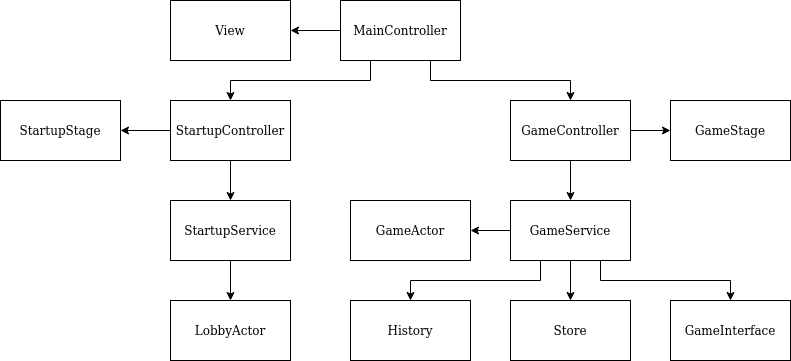
The draw.io diagram source/doc/images/architetturaClient.png in Part-Time-Team/scalavelli, before a commit. Source tidied: cells renumbered, new cells last; positions are measured from the earlier drawing's top-left corner, leaving out a move shared by most shapes.
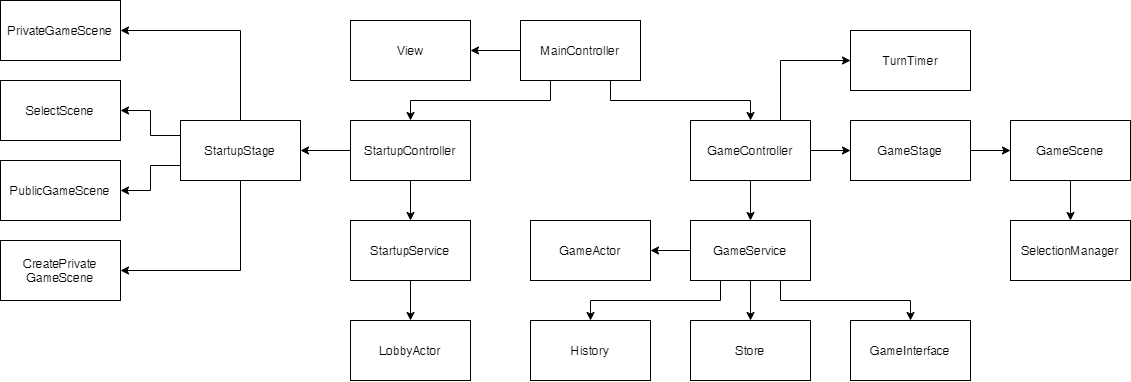
Later version of the same file.

Change to the diagram source:
```diff
@@ -17,6 +17,9 @@
     <mxCell id="6" style="edgeStyle=orthogonalEdgeStyle;rounded=0;jettySize=auto;html=1;" parent="1" edge="1" source="7" target="14">
       <mxGeometry relative="1" as="geometry" />
     </mxCell>
+    <mxCell id="27" style="edgeStyle=orthogonalEdgeStyle;rounded=0;jettySize=auto;html=1;exitX=0.75;exitY=0;exitDx=0;exitDy=0;entryX=0;entryY=0.5;entryDx=0;entryDy=0;" parent="1" edge="1" source="7" target="40">
+      <mxGeometry relative="1" as="geometry" />
+    </mxCell>
     <mxCell id="7" value="GameController" style="rounded=0;whiteSpace=wrap;html=1;" parent="1" vertex="1">
       <mxGeometry x="510" y="100" width="120" height="60" as="geometry" />
     </mxCell>
@@ -35,9 +38,28 @@
     <mxCell id="12" value="View" style="rounded=0;whiteSpace=wrap;html=1;" parent="1" vertex="1">
       <mxGeometry x="170" width="120" height="60" as="geometry" />
     </mxCell>
+    <mxCell id="28" style="edgeStyle=orthogonalEdgeStyle;rounded=0;jettySize=auto;html=1;exitX=0.5;exitY=0;exitDx=0;exitDy=0;entryX=1;entryY=0.5;entryDx=0;entryDy=0;" parent="1" edge="1" source="13" target="35">
+      <mxGeometry relative="1" as="geometry" />
+    </mxCell>
+    <mxCell id="29" style="edgeStyle=orthogonalEdgeStyle;rounded=0;jettySize=auto;html=1;entryX=1;entryY=0.5;entryDx=0;entryDy=0;" parent="1" edge="1" source="13" target="33">
+      <mxGeometry relative="1" as="geometry">
+        <Array as="points">
+          <mxPoint x="60" y="250" />
+        </Array>
+      </mxGeometry>
+    </mxCell>
+    <mxCell id="30" style="edgeStyle=orthogonalEdgeStyle;rounded=0;jettySize=auto;html=1;exitX=0;exitY=0.25;exitDx=0;exitDy=0;entryX=1;entryY=0.5;entryDx=0;entryDy=0;" parent="1" edge="1" source="13" target="36">
+      <mxGeometry relative="1" as="geometry" />
+    </mxCell>
+    <mxCell id="31" style="edgeStyle=orthogonalEdgeStyle;rounded=0;jettySize=auto;html=1;exitX=0;exitY=0.75;exitDx=0;exitDy=0;entryX=1;entryY=0.5;entryDx=0;entryDy=0;" parent="1" edge="1" source="13" target="34">
+      <mxGeometry relative="1" as="geometry" />
+    </mxCell>
     <mxCell id="13" value="StartupStage" style="rounded=0;whiteSpace=wrap;html=1;" parent="1" vertex="1">
       <mxGeometry y="100" width="120" height="60" as="geometry" />
     </mxCell>
+    <mxCell id="32" style="edgeStyle=orthogonalEdgeStyle;rounded=0;jettySize=auto;html=1;" parent="1" edge="1" source="14" target="38">
+      <mxGeometry relative="1" as="geometry" />
+    </mxCell>
     <mxCell id="14" value="GameStage" style="rounded=0;whiteSpace=wrap;html=1;" parent="1" vertex="1">
       <mxGeometry x="670" y="100" width="120" height="60" as="geometry" />
     </mxCell>
@@ -79,5 +101,29 @@
     <mxCell id="26" value="GameActor" style="rounded=0;whiteSpace=wrap;html=1;" parent="1" vertex="1">
       <mxGeometry x="350" y="200" width="120" height="60" as="geometry" />
     </mxCell>
+    <mxCell id="33" value="CreatePrivate&lt;br&gt;GameScene" style="rounded=0;whiteSpace=wrap;html=1;" parent="1" vertex="1">
+      <mxGeometry x="-180" y="220" width="120" height="60" as="geometry" />
+    </mxCell>
+    <mxCell id="34" value="PublicGameScene" style="rounded=0;whiteSpace=wrap;html=1;" parent="1" vertex="1">
+      <mxGeometry x="-180" y="140" width="120" height="60" as="geometry" />
+    </mxCell>
+    <mxCell id="35" value="PrivateGameScene" style="rounded=0;whiteSpace=wrap;html=1;" parent="1" vertex="1">
+      <mxGeometry x="-180" y="-20" width="120" height="60" as="geometry" />
+    </mxCell>
+    <mxCell id="36" value="SelectScene" style="rounded=0;whiteSpace=wrap;html=1;" parent="1" vertex="1">
+      <mxGeometry x="-180" y="60" width="120" height="60" as="geometry" />
+    </mxCell>
+    <mxCell id="37" style="edgeStyle=orthogonalEdgeStyle;rounded=0;jettySize=auto;html=1;" parent="1" edge="1" source="38" target="39">
+      <mxGeometry relative="1" as="geometry" />
+    </mxCell>
+    <mxCell id="38" value="GameScene" style="rounded=0;whiteSpace=wrap;html=1;" parent="1" vertex="1">
+      <mxGeometry x="830" y="100" width="120" height="60" as="geometry" />
+    </mxCell>
+    <mxCell id="39" value="SelectionManager" style="rounded=0;whiteSpace=wrap;html=1;" parent="1" vertex="1">
+      <mxGeometry x="830" y="200" width="120" height="60" as="geometry" />
+    </mxCell>
+    <mxCell id="40" value="TurnTimer" style="rounded=0;whiteSpace=wrap;html=1;" parent="1" vertex="1">
+      <mxGeometry x="670" y="10" width="120" height="60" as="geometry" />
+    </mxCell>
   </root>
 </mxGraphModel>
```
